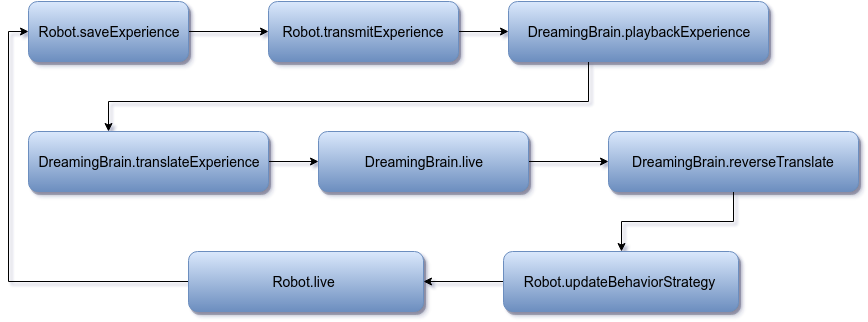
research-team/robot-dream keeps this draw.io diagram as doc/HLD_Activity_life_cycle.png. Above is the earlier version. Source tidied: cells renumbered, new cells last; positions are measured from the earlier drawing's top-left corner, leaving out a move shared by most shapes. The source it was exported from:
```xml
<mxGraphModel background="#ffffff">
  <root>
    <mxCell id="0" />
    <mxCell id="1" parent="0" />
    <mxCell id="2" style="edgeStyle=orthogonalEdgeStyle;rounded=0;html=1;jettySize=auto;fontSize=14;" parent="1" edge="1" source="3" target="5">
      <mxGeometry relative="1" as="geometry" />
    </mxCell>
    <mxCell id="3" value="Robot.saveExperience" style="rounded=1;whiteSpace=wrap;html=1;shadow=1;comic=0;fillColor=#dae8fc;strokeColor=#6c8ebf;gradientColor=#6C8EBF;fontSize=14;" parent="1" vertex="1">
      <mxGeometry x="20" width="160" height="60" as="geometry" />
    </mxCell>
    <mxCell id="4" style="edgeStyle=orthogonalEdgeStyle;rounded=0;html=1;jettySize=auto;fontSize=14;" parent="1" edge="1" source="5" target="7">
      <mxGeometry relative="1" as="geometry" />
    </mxCell>
    <mxCell id="5" value="Robot.transmitExperience" style="rounded=1;whiteSpace=wrap;html=1;shadow=1;comic=0;fillColor=#dae8fc;strokeColor=#6c8ebf;gradientColor=#6C8EBF;fontSize=14;" parent="1" vertex="1">
      <mxGeometry x="260" width="190" height="60" as="geometry" />
    </mxCell>
    <mxCell id="6" style="edgeStyle=orthogonalEdgeStyle;rounded=0;html=1;jettySize=auto;" parent="1" edge="1" source="7" target="9">
      <mxGeometry relative="1" as="geometry">
        <Array as="points">
          <mxPoint x="580" y="100" />
          <mxPoint x="100" y="100" />
        </Array>
      </mxGeometry>
    </mxCell>
    <mxCell id="7" value="DreamingBrain.playbackExperience" style="rounded=1;whiteSpace=wrap;html=1;shadow=1;comic=0;fillColor=#dae8fc;strokeColor=#6c8ebf;gradientColor=#6C8EBF;fontSize=14;" parent="1" vertex="1">
      <mxGeometry x="500" width="260" height="60" as="geometry" />
    </mxCell>
    <mxCell id="8" style="edgeStyle=orthogonalEdgeStyle;rounded=0;html=1;jettySize=auto;fontSize=14;" parent="1" edge="1" source="9" target="11">
      <mxGeometry relative="1" as="geometry" />
    </mxCell>
    <mxCell id="9" value="&lt;span&gt;DreamingBrain.translateExperience&lt;/span&gt;" style="rounded=1;whiteSpace=wrap;html=1;shadow=1;comic=0;fillColor=#dae8fc;strokeColor=#6c8ebf;gradientColor=#6C8EBF;fontSize=14;" parent="1" vertex="1">
      <mxGeometry x="20" y="130" width="240" height="60" as="geometry" />
    </mxCell>
    <mxCell id="10" style="edgeStyle=orthogonalEdgeStyle;rounded=0;html=1;jettySize=auto;fontSize=14;" parent="1" edge="1" source="11" target="13">
      <mxGeometry relative="1" as="geometry" />
    </mxCell>
    <mxCell id="11" value="&lt;span&gt;DreamingBrain.live&lt;/span&gt;" style="rounded=1;whiteSpace=wrap;html=1;shadow=1;comic=0;fillColor=#dae8fc;strokeColor=#6c8ebf;gradientColor=#6C8EBF;fontSize=14;" parent="1" vertex="1">
      <mxGeometry x="310" y="130" width="210" height="60" as="geometry" />
    </mxCell>
    <mxCell id="12" style="edgeStyle=orthogonalEdgeStyle;rounded=0;html=1;jettySize=auto;fontSize=14;" parent="1" edge="1" source="13" target="15">
      <mxGeometry relative="1" as="geometry" />
    </mxCell>
    <mxCell id="13" value="&lt;span&gt;DreamingBrain.reverseTranslate&lt;/span&gt;" style="rounded=1;whiteSpace=wrap;html=1;shadow=1;comic=0;fillColor=#dae8fc;strokeColor=#6c8ebf;gradientColor=#6C8EBF;fontSize=14;" parent="1" vertex="1">
      <mxGeometry x="600" y="130" width="250" height="60" as="geometry" />
    </mxCell>
    <mxCell id="14" style="edgeStyle=orthogonalEdgeStyle;rounded=0;html=1;jettySize=auto;fontSize=14;" parent="1" edge="1" source="15" target="17">
      <mxGeometry relative="1" as="geometry" />
    </mxCell>
    <mxCell id="15" value="&lt;span&gt;Robot.updateBehaviorStrategy&amp;nbsp;&lt;/span&gt;" style="rounded=1;whiteSpace=wrap;html=1;shadow=1;comic=0;fillColor=#dae8fc;strokeColor=#6c8ebf;gradientColor=#6C8EBF;fontSize=14;" parent="1" vertex="1">
      <mxGeometry x="495" y="250" width="235" height="60" as="geometry" />
    </mxCell>
    <mxCell id="16" style="edgeStyle=orthogonalEdgeStyle;rounded=0;html=1;entryX=0;entryY=0.5;jettySize=auto;fontSize=14;" parent="1" edge="1" source="17" target="3">
      <mxGeometry relative="1" as="geometry">
        <Array as="points">
          <mxPoint y="280" />
          <mxPoint y="30" />
        </Array>
      </mxGeometry>
    </mxCell>
    <mxCell id="17" value="&lt;span&gt;Robot.live&amp;nbsp;&lt;/span&gt;" style="rounded=1;whiteSpace=wrap;html=1;shadow=1;comic=0;fillColor=#dae8fc;strokeColor=#6c8ebf;gradientColor=#6C8EBF;fontSize=14;" parent="1" vertex="1">
      <mxGeometry x="180" y="250" width="235" height="60" as="geometry" />
    </mxCell>
  </root>
</mxGraphModel>
```
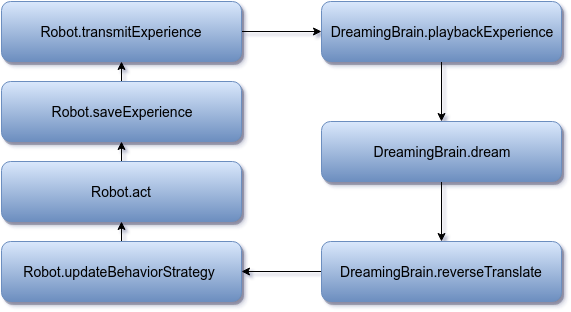
The same file after the commit.

Commit message:
frontiers: updated robot-dreaming brain activity

What changed in the source:
```diff
@@ -2,63 +2,47 @@
   <root>
     <mxCell id="0" />
     <mxCell id="1" parent="0" />
-    <mxCell id="2" style="edgeStyle=orthogonalEdgeStyle;rounded=0;html=1;jettySize=auto;fontSize=14;" parent="1" edge="1" source="3" target="5">
+    <mxCell id="2" style="rounded=0;html=1;jettySize=auto;fontSize=14;" parent="1" edge="1" source="3" target="5">
       <mxGeometry relative="1" as="geometry" />
     </mxCell>
     <mxCell id="3" value="Robot.saveExperience" style="rounded=1;whiteSpace=wrap;html=1;shadow=1;comic=0;fillColor=#dae8fc;strokeColor=#6c8ebf;gradientColor=#6C8EBF;fontSize=14;" parent="1" vertex="1">
-      <mxGeometry x="20" width="160" height="60" as="geometry" />
+      <mxGeometry x="250" y="80" width="240" height="60" as="geometry" />
     </mxCell>
-    <mxCell id="4" style="edgeStyle=orthogonalEdgeStyle;rounded=0;html=1;jettySize=auto;fontSize=14;" parent="1" edge="1" source="5" target="7">
+    <mxCell id="4" style="rounded=0;html=1;jettySize=auto;fontSize=14;" parent="1" edge="1" source="5" target="7">
       <mxGeometry relative="1" as="geometry" />
     </mxCell>
     <mxCell id="5" value="Robot.transmitExperience" style="rounded=1;whiteSpace=wrap;html=1;shadow=1;comic=0;fillColor=#dae8fc;strokeColor=#6c8ebf;gradientColor=#6C8EBF;fontSize=14;" parent="1" vertex="1">
-      <mxGeometry x="260" width="190" height="60" as="geometry" />
+      <mxGeometry x="250" width="240" height="60" as="geometry" />
     </mxCell>
-    <mxCell id="6" style="edgeStyle=orthogonalEdgeStyle;rounded=0;html=1;jettySize=auto;" parent="1" edge="1" source="7" target="9">
-      <mxGeometry relative="1" as="geometry">
-        <Array as="points">
-          <mxPoint x="580" y="100" />
-          <mxPoint x="100" y="100" />
-        </Array>
-      </mxGeometry>
+    <mxCell id="6" style="rounded=0;html=1;jettySize=auto;" parent="1" edge="1" source="7" target="11">
+      <mxGeometry relative="1" as="geometry" />
     </mxCell>
     <mxCell id="7" value="DreamingBrain.playbackExperience" style="rounded=1;whiteSpace=wrap;html=1;shadow=1;comic=0;fillColor=#dae8fc;strokeColor=#6c8ebf;gradientColor=#6C8EBF;fontSize=14;" parent="1" vertex="1">
-      <mxGeometry x="500" width="260" height="60" as="geometry" />
+      <mxGeometry x="570" width="240" height="60" as="geometry" />
     </mxCell>
-    <mxCell id="8" style="edgeStyle=orthogonalEdgeStyle;rounded=0;html=1;jettySize=auto;fontSize=14;" parent="1" edge="1" source="9" target="11">
-      <mxGeometry relative="1" as="geometry" />
-    </mxCell>
-    <mxCell id="9" value="&lt;span&gt;DreamingBrain.translateExperience&lt;/span&gt;" style="rounded=1;whiteSpace=wrap;html=1;shadow=1;comic=0;fillColor=#dae8fc;strokeColor=#6c8ebf;gradientColor=#6C8EBF;fontSize=14;" parent="1" vertex="1">
-      <mxGeometry x="20" y="130" width="240" height="60" as="geometry" />
-    </mxCell>
-    <mxCell id="10" style="edgeStyle=orthogonalEdgeStyle;rounded=0;html=1;jettySize=auto;fontSize=14;" parent="1" edge="1" source="11" target="13">
+    <mxCell id="10" style="rounded=0;html=1;jettySize=auto;fontSize=14;" parent="1" edge="1" source="11" target="13">
       <mxGeometry relative="1" as="geometry" />
     </mxCell>
-    <mxCell id="11" value="&lt;span&gt;DreamingBrain.live&lt;/span&gt;" style="rounded=1;whiteSpace=wrap;html=1;shadow=1;comic=0;fillColor=#dae8fc;strokeColor=#6c8ebf;gradientColor=#6C8EBF;fontSize=14;" parent="1" vertex="1">
-      <mxGeometry x="310" y="130" width="210" height="60" as="geometry" />
+    <mxCell id="11" value="&lt;span&gt;DreamingBrain.dream&lt;/span&gt;" style="rounded=1;whiteSpace=wrap;html=1;shadow=1;comic=0;fillColor=#dae8fc;strokeColor=#6c8ebf;gradientColor=#6C8EBF;fontSize=14;" parent="1" vertex="1">
+      <mxGeometry x="570" y="120" width="240" height="60" as="geometry" />
     </mxCell>
-    <mxCell id="12" style="edgeStyle=orthogonalEdgeStyle;rounded=0;html=1;jettySize=auto;fontSize=14;" parent="1" edge="1" source="13" target="15">
+    <mxCell id="12" style="rounded=0;html=1;jettySize=auto;fontSize=14;" parent="1" edge="1" source="13" target="15">
       <mxGeometry relative="1" as="geometry" />
     </mxCell>
     <mxCell id="13" value="&lt;span&gt;DreamingBrain.reverseTranslate&lt;/span&gt;" style="rounded=1;whiteSpace=wrap;html=1;shadow=1;comic=0;fillColor=#dae8fc;strokeColor=#6c8ebf;gradientColor=#6C8EBF;fontSize=14;" parent="1" vertex="1">
-      <mxGeometry x="600" y="130" width="250" height="60" as="geometry" />
+      <mxGeometry x="570" y="240" width="240" height="60" as="geometry" />
     </mxCell>
-    <mxCell id="14" style="edgeStyle=orthogonalEdgeStyle;rounded=0;html=1;jettySize=auto;fontSize=14;" parent="1" edge="1" source="15" target="17">
+    <mxCell id="14" style="rounded=0;html=1;jettySize=auto;fontSize=14;" parent="1" edge="1" source="15" target="17">
       <mxGeometry relative="1" as="geometry" />
     </mxCell>
     <mxCell id="15" value="&lt;span&gt;Robot.updateBehaviorStrategy&amp;nbsp;&lt;/span&gt;" style="rounded=1;whiteSpace=wrap;html=1;shadow=1;comic=0;fillColor=#dae8fc;strokeColor=#6c8ebf;gradientColor=#6C8EBF;fontSize=14;" parent="1" vertex="1">
-      <mxGeometry x="495" y="250" width="235" height="60" as="geometry" />
+      <mxGeometry x="250" y="240" width="240" height="60" as="geometry" />
     </mxCell>
-    <mxCell id="16" style="edgeStyle=orthogonalEdgeStyle;rounded=0;html=1;entryX=0;entryY=0.5;jettySize=auto;fontSize=14;" parent="1" edge="1" source="17" target="3">
-      <mxGeometry relative="1" as="geometry">
-        <Array as="points">
-          <mxPoint y="280" />
-          <mxPoint y="30" />
-        </Array>
-      </mxGeometry>
+    <mxCell id="16" style="rounded=0;html=1;jettySize=auto;fontSize=14;" parent="1" edge="1" source="17" target="3">
+      <mxGeometry relative="1" as="geometry" />
     </mxCell>
-    <mxCell id="17" value="&lt;span&gt;Robot.live&amp;nbsp;&lt;/span&gt;" style="rounded=1;whiteSpace=wrap;html=1;shadow=1;comic=0;fillColor=#dae8fc;strokeColor=#6c8ebf;gradientColor=#6C8EBF;fontSize=14;" parent="1" vertex="1">
-      <mxGeometry x="180" y="250" width="235" height="60" as="geometry" />
+    <mxCell id="17" value="&lt;span&gt;Robot.act&lt;/span&gt;" style="rounded=1;whiteSpace=wrap;html=1;shadow=1;comic=0;fillColor=#dae8fc;strokeColor=#6c8ebf;gradientColor=#6C8EBF;fontSize=14;" parent="1" vertex="1">
+      <mxGeometry x="250" y="160" width="240" height="60" as="geometry" />
     </mxCell>
   </root>
 </mxGraphModel>
```
